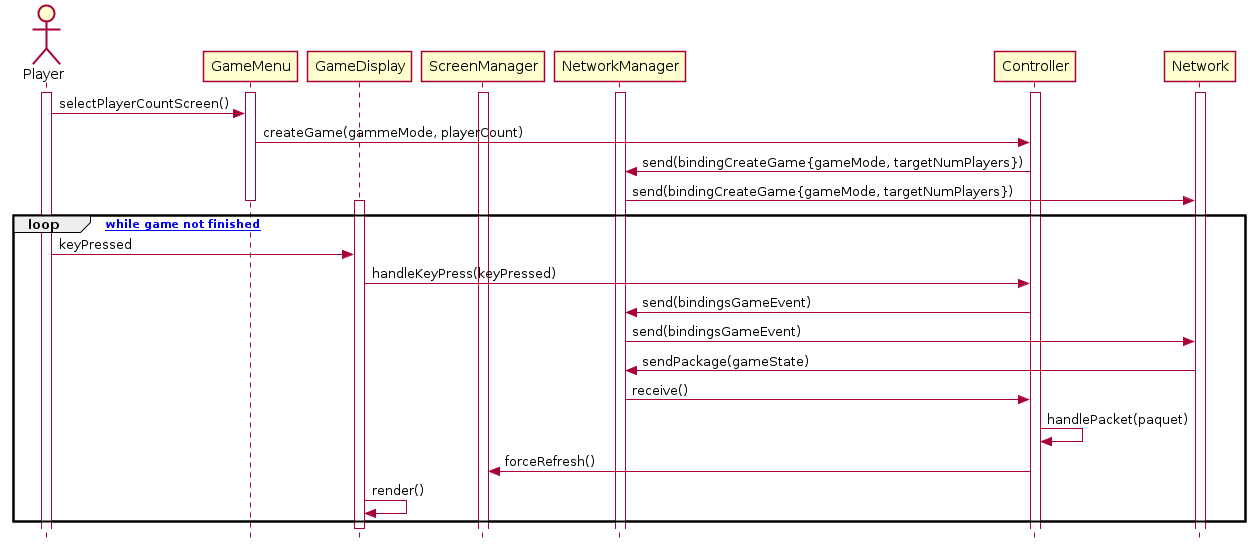
ulb-info2-group5/Royal-Blocks keeps this PlantUML diagram as res/uml/sequence/GameClientSequence.png. Above is the earlier version. Its source is kept beside it as doc/uml/sequence/GameClientSequence.plantuml. The source it was exported from:
```plantuml
@startuml GameClientSequence

skinparam style strictuml

actor Player
participant GameMenu
participant GameDisplay
participant ScreenManager
participant NetworkManager
participant Controller
participant Network

activate Player
activate GameMenu
activate ScreenManager
activate NetworkManager
activate Controller
activate Network

Player -> GameMenu : selectPlayerCountScreen()
GameMenu -> Controller : createGame(gammeMode, playerCount)
Controller -> NetworkManager : send(bindingCreateGame{gameMode, targetNumPlayers})
NetworkManager -> Network : send(bindingCreateGame{gameMode, targetNumPlayers})
deactivate GameMenu
activate GameDisplay

loop [ while game not finished ]
    Player -> GameDisplay : keyPressed
    GameDisplay -> Controller : handleKeyPress(keyPressed)
    Controller -> NetworkManager : send(bindingsGameEvent)
    NetworkManager -> Network : send(bindingsGameEvent)
    Network -> NetworkManager : sendPackage(gameState)
    NetworkManager -> Controller : receive()
    Controller -> Controller : handlePacket(paquet)
    Controller -> ScreenManager : forceRefresh()
    GameDisplay -> GameDisplay : render()
end
deactivate GameDisplay
@enduml
```
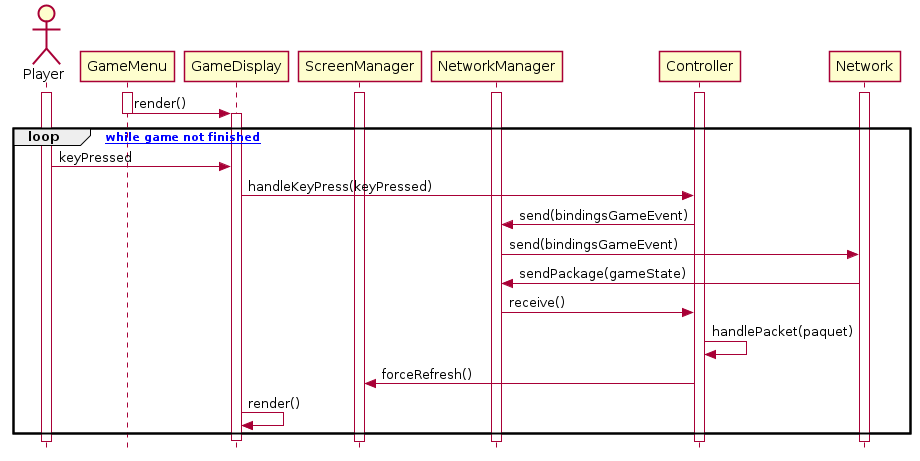
The same file after the commit.

The edit, as a diff of the source:
```diff
@@ -17,10 +17,7 @@
 activate Controller
 activate Network
 
-Player -> GameMenu : selectPlayerCountScreen()
-GameMenu -> Controller : createGame(gammeMode, playerCount)
-Controller -> NetworkManager : send(bindingCreateGame{gameMode, targetNumPlayers})
-NetworkManager -> Network : send(bindingCreateGame{gameMode, targetNumPlayers})
+GameMenu -> GameDisplay : render()
 deactivate GameMenu
 activate GameDisplay
 
```
